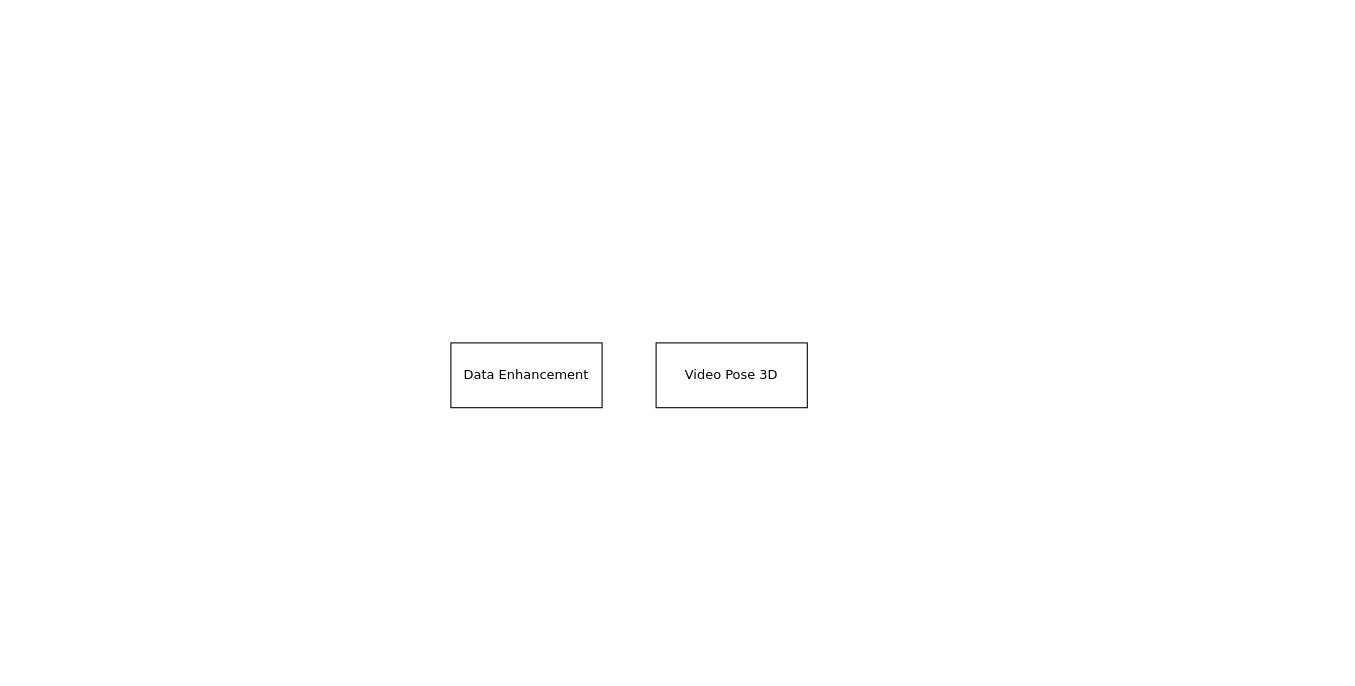
Before: Graphs/OverallLayout.drawio in rese1f/Self-supervised-Cross-view-3D-Human-Pose-Estimation-and-Localization-in-Video, a draw.io diagram. Source tidied: cells renumbered, new cells numbered last; positions are measured from the earlier drawing's top-left corner, leaving out a move shared by most shapes. Both pictures are drawn from the tidied source at 108%, with x=0, y=0 at pixel (450, 342).
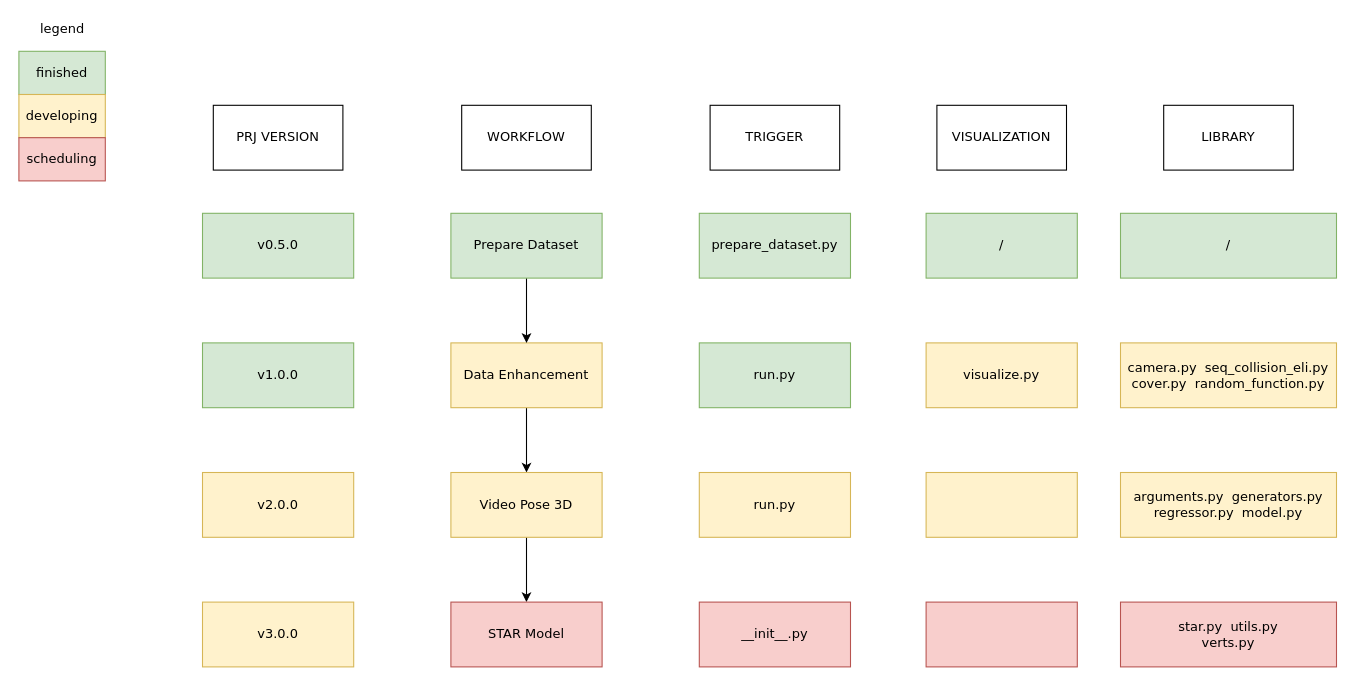
The same diagram, later.

The edit, as a diff of the source:
```diff
@@
+    <mxCell id="4" style="edgeStyle=orthogonalEdgeStyle;rounded=0;jettySize=auto;html=1;exitX=0.5;exitY=1;exitDx=0;exitDy=0;entryX=0.5;entryY=0;entryDx=0;entryDy=0;fontFamily=Verdana;" parent="1" edge="1" source="2" target="3">
+      <mxGeometry relative="1" as="geometry" />
+    </mxCell>
-    <mxCell id="2" value="Data Enhancement" style="rounded=0;whiteSpace=wrap;html=1;fontFamily=Verdana;" parent="1" vertex="1">
+    <mxCell id="2" value="Data Enhancement" style="rounded=0;whiteSpace=wrap;html=1;fontFamily=Verdana;fillColor=#fff2cc;strokeColor=#d6b656;" parent="1" vertex="1">
       <mxGeometry width="140" height="60" as="geometry" />
     </mxCell>
+    <mxCell id="5" style="edgeStyle=orthogonalEdgeStyle;rounded=0;jettySize=auto;html=1;exitX=0.5;exitY=1;exitDx=0;exitDy=0;entryX=0.5;entryY=0;entryDx=0;entryDy=0;fontFamily=Verdana;" parent="1" edge="1" source="3" target="6">
+      <mxGeometry relative="1" as="geometry" />
+    </mxCell>
-    <mxCell id="3" value="Video Pose 3D" style="rounded=0;whiteSpace=wrap;html=1;fontFamily=Verdana;" parent="1" vertex="1">
-      <mxGeometry x="190" width="140" height="60" as="geometry" />
+    <mxCell id="3" value="Video Pose 3D" style="rounded=0;whiteSpace=wrap;html=1;fontFamily=Verdana;fillColor=#fff2cc;strokeColor=#d6b656;" parent="1" vertex="1">
+      <mxGeometry y="120" width="140" height="60" as="geometry" />
     </mxCell>
+    <mxCell id="6" value="STAR Model" style="rounded=0;whiteSpace=wrap;html=1;fontFamily=Verdana;fillColor=#f8cecc;strokeColor=#b85450;" parent="1" vertex="1">
+      <mxGeometry y="240" width="140" height="60" as="geometry" />
+    </mxCell>
+    <mxCell id="7" value="camera.py&amp;nbsp; seq_collision_eli.py&lt;br&gt;cover.py&amp;nbsp; random_function.py" style="rounded=0;whiteSpace=wrap;html=1;fontFamily=Verdana;fillColor=#fff2cc;strokeColor=#d6b656;" parent="1" vertex="1">
+      <mxGeometry x="620" width="200" height="60" as="geometry" />
+    </mxCell>
+    <mxCell id="8" style="edgeStyle=orthogonalEdgeStyle;rounded=0;jettySize=auto;html=1;exitX=0.5;exitY=1;exitDx=0;exitDy=0;entryX=0.5;entryY=0;entryDx=0;entryDy=0;fontFamily=Verdana;" parent="1" edge="1" source="9" target="2">
+      <mxGeometry relative="1" as="geometry" />
+    </mxCell>
+    <mxCell id="9" value="Prepare Dataset" style="rounded=0;whiteSpace=wrap;html=1;fontFamily=Verdana;fillColor=#d5e8d4;strokeColor=#82b366;" parent="1" vertex="1">
+      <mxGeometry y="-120" width="140" height="60" as="geometry" />
+    </mxCell>
+    <mxCell id="10" value="WORKFLOW" style="rounded=0;whiteSpace=wrap;html=1;fontFamily=Verdana;" parent="1" vertex="1">
+      <mxGeometry x="10" y="-220" width="120" height="60" as="geometry" />
+    </mxCell>
+    <mxCell id="11" value="TRIGGER" style="rounded=0;whiteSpace=wrap;html=1;fontFamily=Verdana;" parent="1" vertex="1">
+      <mxGeometry x="240" y="-220" width="120" height="60" as="geometry" />
+    </mxCell>
+    <mxCell id="12" value="prepare_dataset.py" style="rounded=0;whiteSpace=wrap;html=1;fontFamily=Verdana;fillColor=#d5e8d4;strokeColor=#82b366;" parent="1" vertex="1">
+      <mxGeometry x="230" y="-120" width="140" height="60" as="geometry" />
+    </mxCell>
+    <mxCell id="13" value="LIBRARY" style="rounded=0;whiteSpace=wrap;html=1;fontFamily=Verdana;" parent="1" vertex="1">
+      <mxGeometry x="660" y="-220" width="120" height="60" as="geometry" />
+    </mxCell>
+    <mxCell id="14" value="run.py" style="rounded=0;whiteSpace=wrap;html=1;fontFamily=Verdana;fillColor=#d5e8d4;strokeColor=#82b366;" parent="1" vertex="1">
+      <mxGeometry x="230" width="140" height="60" as="geometry" />
+    </mxCell>
+    <mxCell id="15" value="VISUALIZATION" style="rounded=0;whiteSpace=wrap;html=1;fontFamily=Verdana;" parent="1" vertex="1">
+      <mxGeometry x="450" y="-220" width="120" height="60" as="geometry" />
+    </mxCell>
+    <mxCell id="16" value="visualize.py" style="rounded=0;whiteSpace=wrap;html=1;fontFamily=Verdana;fillColor=#fff2cc;strokeColor=#d6b656;" parent="1" vertex="1">
+      <mxGeometry x="440" width="140" height="60" as="geometry" />
+    </mxCell>
+    <mxCell id="17" value="run.py" style="rounded=0;whiteSpace=wrap;html=1;fontFamily=Verdana;fillColor=#fff2cc;strokeColor=#d6b656;" parent="1" vertex="1">
+      <mxGeometry x="230" y="120" width="140" height="60" as="geometry" />
+    </mxCell>
+    <mxCell id="18" value="__init__.py" style="rounded=0;whiteSpace=wrap;html=1;fontFamily=Verdana;fillColor=#f8cecc;strokeColor=#b85450;" parent="1" vertex="1">
+      <mxGeometry x="230" y="240" width="140" height="60" as="geometry" />
+    </mxCell>
+    <mxCell id="19" value="finished" style="rounded=0;whiteSpace=wrap;html=1;fillColor=#d5e8d4;strokeColor=#82b366;fontFamily=Verdana;" parent="1" vertex="1">
+      <mxGeometry x="-400" y="-270" width="80" height="40" as="geometry" />
+    </mxCell>
+    <mxCell id="20" value="developing" style="rounded=0;whiteSpace=wrap;html=1;fillColor=#fff2cc;strokeColor=#d6b656;fontFamily=Verdana;" parent="1" vertex="1">
+      <mxGeometry x="-400" y="-230" width="80" height="40" as="geometry" />
+    </mxCell>
+    <mxCell id="21" value="scheduling" style="rounded=0;whiteSpace=wrap;html=1;fillColor=#f8cecc;strokeColor=#b85450;fontFamily=Verdana;" parent="1" vertex="1">
+      <mxGeometry x="-400" y="-190" width="80" height="40" as="geometry" />
+    </mxCell>
+    <mxCell id="22" value="PRJ VERSION" style="rounded=0;whiteSpace=wrap;html=1;fontFamily=Verdana;" parent="1" vertex="1">
+      <mxGeometry x="-220" y="-220" width="120" height="60" as="geometry" />
+    </mxCell>
+    <mxCell id="23" value="v0.5.0" style="rounded=0;whiteSpace=wrap;html=1;fontFamily=Verdana;fillColor=#d5e8d4;strokeColor=#82b366;" parent="1" vertex="1">
+      <mxGeometry x="-230" y="-120" width="140" height="60" as="geometry" />
+    </mxCell>
+    <mxCell id="24" value="v1.0.0" style="rounded=0;whiteSpace=wrap;html=1;fontFamily=Verdana;fillColor=#d5e8d4;strokeColor=#82b366;" parent="1" vertex="1">
+      <mxGeometry x="-230" width="140" height="60" as="geometry" />
+    </mxCell>
+    <mxCell id="25" value="v2.0.0" style="rounded=0;whiteSpace=wrap;html=1;fontFamily=Verdana;fillColor=#fff2cc;strokeColor=#d6b656;" parent="1" vertex="1">
+      <mxGeometry x="-230" y="120" width="140" height="60" as="geometry" />
+    </mxCell>
+    <mxCell id="26" value="v3.0.0" style="rounded=0;whiteSpace=wrap;html=1;fontFamily=Verdana;fillColor=#fff2cc;strokeColor=#d6b656;" parent="1" vertex="1">
+      <mxGeometry x="-230" y="240" width="140" height="60" as="geometry" />
+    </mxCell>
+    <mxCell id="27" value="legend" style="text;html=1;align=center;verticalAlign=middle;fontFamily=Verdana;" parent="1" vertex="1">
+      <mxGeometry x="-390" y="-300" width="60" height="20" as="geometry" />
+    </mxCell>
+    <mxCell id="28" style="rounded=0;whiteSpace=wrap;html=1;fontFamily=Verdana;fillColor=#fff2cc;strokeColor=#d6b656;" parent="1" vertex="1">
+      <mxGeometry x="440" y="120" width="140" height="60" as="geometry" />
+    </mxCell>
+    <mxCell id="29" style="rounded=0;whiteSpace=wrap;html=1;fontFamily=Verdana;fillColor=#f8cecc;strokeColor=#b85450;" parent="1" vertex="1">
+      <mxGeometry x="440" y="240" width="140" height="60" as="geometry" />
+    </mxCell>
+    <mxCell id="30" value="arguments.py&amp;nbsp; generators.py&lt;br&gt;regressor.py&amp;nbsp; model.py" style="rounded=0;whiteSpace=wrap;html=1;fontFamily=Verdana;fillColor=#fff2cc;strokeColor=#d6b656;" parent="1" vertex="1">
+      <mxGeometry x="620" y="120" width="200" height="60" as="geometry" />
+    </mxCell>
+    <mxCell id="31" value="star.py&amp;nbsp; utils.py&lt;br&gt;verts.py" style="rounded=0;whiteSpace=wrap;html=1;fontFamily=Verdana;fillColor=#f8cecc;strokeColor=#b85450;" parent="1" vertex="1">
+      <mxGeometry x="620" y="240" width="200" height="60" as="geometry" />
+    </mxCell>
+    <mxCell id="32" value="/" style="rounded=0;whiteSpace=wrap;html=1;fontFamily=Verdana;fillColor=#d5e8d4;strokeColor=#82b366;" parent="1" vertex="1">
+      <mxGeometry x="440" y="-120" width="140" height="60" as="geometry" />
+    </mxCell>
+    <mxCell id="33" value="/" style="rounded=0;whiteSpace=wrap;html=1;fontFamily=Verdana;fillColor=#d5e8d4;strokeColor=#82b366;" parent="1" vertex="1">
+      <mxGeometry x="620" y="-120" width="200" height="60" as="geometry" />
+    </mxCell>
```
